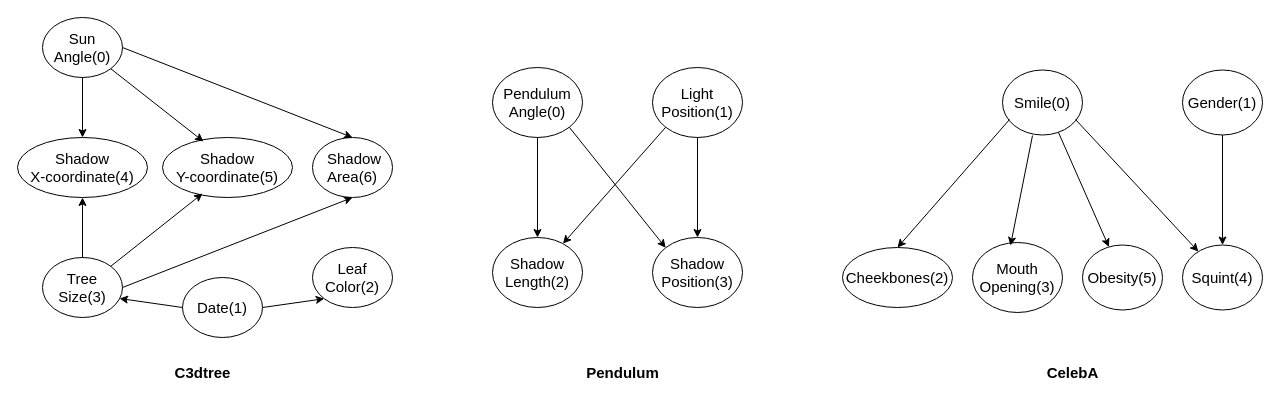
This is prior.drawio from Artemisssm/wscm_vae, a draw.io file, before an edit. Source tidied: cells renumbered, new cells numbered last; positions are measured from the earlier drawing's top-left corner, leaving out a move shared by most shapes. Both pictures are drawn from the tidied source at 100%, with x=0, y=0 at pixel (17, 17).
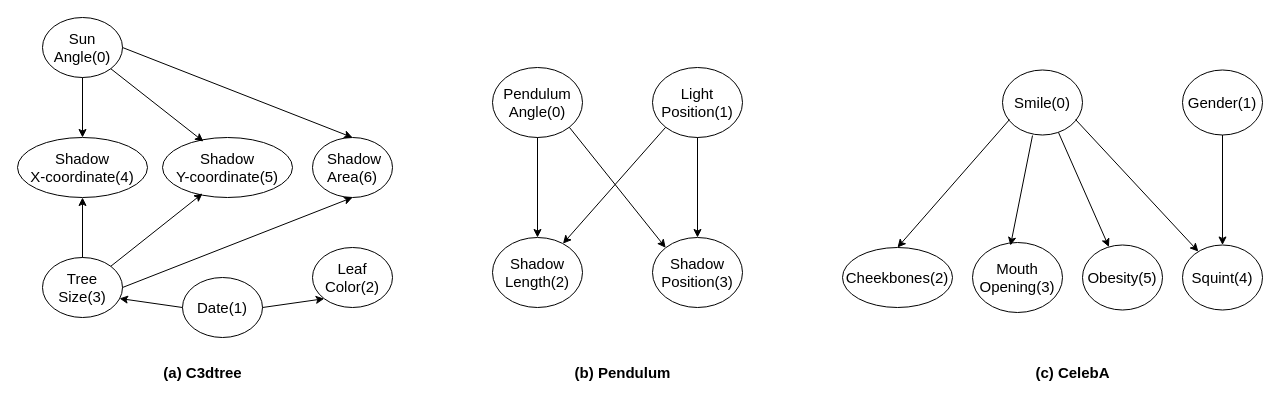
The same diagram, later.

The edit, as a diff of the source:
```diff
@@
-    <mxCell id="36" value="C3dtree" style="text;html=1;align=center;verticalAlign=middle;strokeColor=none;fillColor=none;fontSize=15;fontStyle=1;" parent="1" vertex="1">
-      <mxGeometry x="145" y="340" width="80" height="30" as="geometry" />
+    <mxCell id="36" value="(a) C3dtree" style="text;html=1;align=center;verticalAlign=middle;strokeColor=none;fillColor=none;fontSize=15;fontStyle=1;" parent="1" vertex="1">
+      <mxGeometry x="135" y="340" width="100" height="30" as="geometry" />
     </mxCell>
-    <mxCell id="37" value="Pendulum" style="text;html=1;align=center;verticalAlign=middle;strokeColor=none;fillColor=none;fontSize=15;fontStyle=1;" parent="1" vertex="1">
-      <mxGeometry x="555" y="340" width="100" height="30" as="geometry" />
+    <mxCell id="37" value="(b) Pendulum" style="text;html=1;align=center;verticalAlign=middle;strokeColor=none;fillColor=none;fontSize=15;fontStyle=1;" parent="1" vertex="1">
+      <mxGeometry x="550" y="340" width="110" height="30" as="geometry" />
     </mxCell>
-    <mxCell id="38" value="CelebA" style="text;html=1;align=center;verticalAlign=middle;strokeColor=none;fillColor=none;fontSize=15;fontStyle=1;" parent="1" vertex="1">
-      <mxGeometry x="1015" y="340" width="80" height="30" as="geometry" />
+    <mxCell id="38" value="(c) CelebA" style="text;html=1;align=center;verticalAlign=middle;strokeColor=none;fillColor=none;fontSize=15;fontStyle=1;" parent="1" vertex="1">
+      <mxGeometry x="1010" y="340" width="90" height="30" as="geometry" />
     </mxCell>
```
